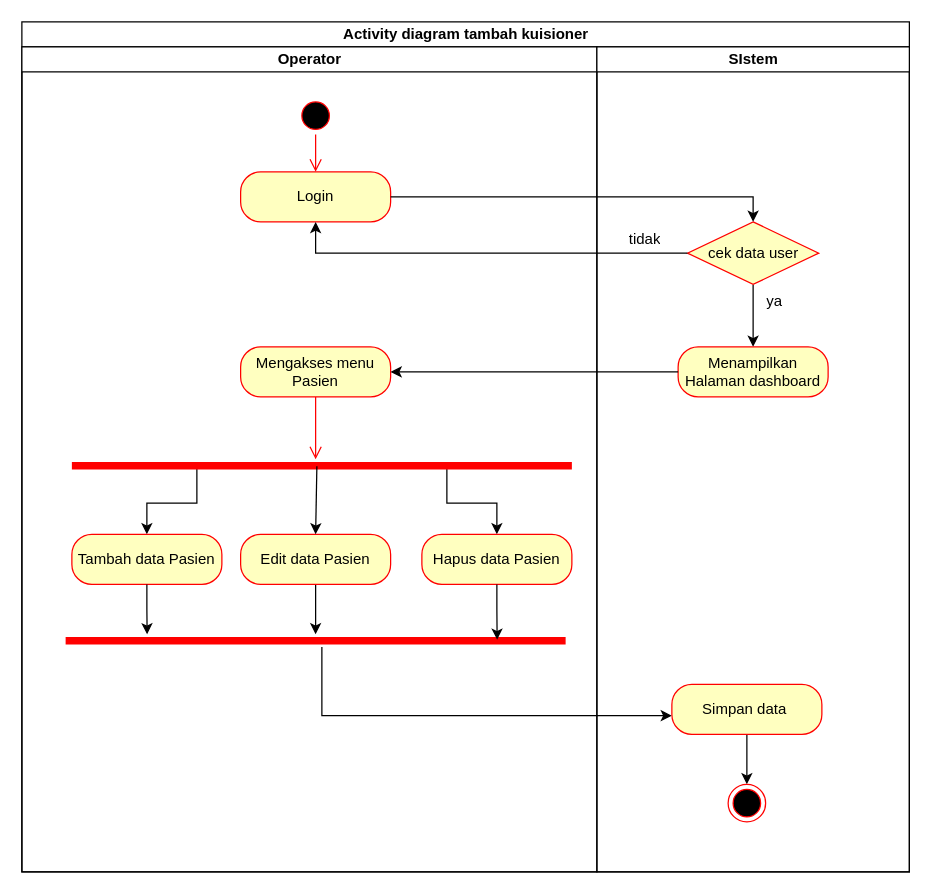
This is Activity_diagram_kelola_data_pasien.drawio from zzarr/Tugas-Akhir, a draw.io file, before an edit. Source tidied: cells renumbered, new cells numbered last; positions are measured from the earlier drawing's top-left corner, leaving out a move shared by most shapes. Both pictures are drawn from the tidied source at 125%, with x=0, y=0 at pixel (21, 21).
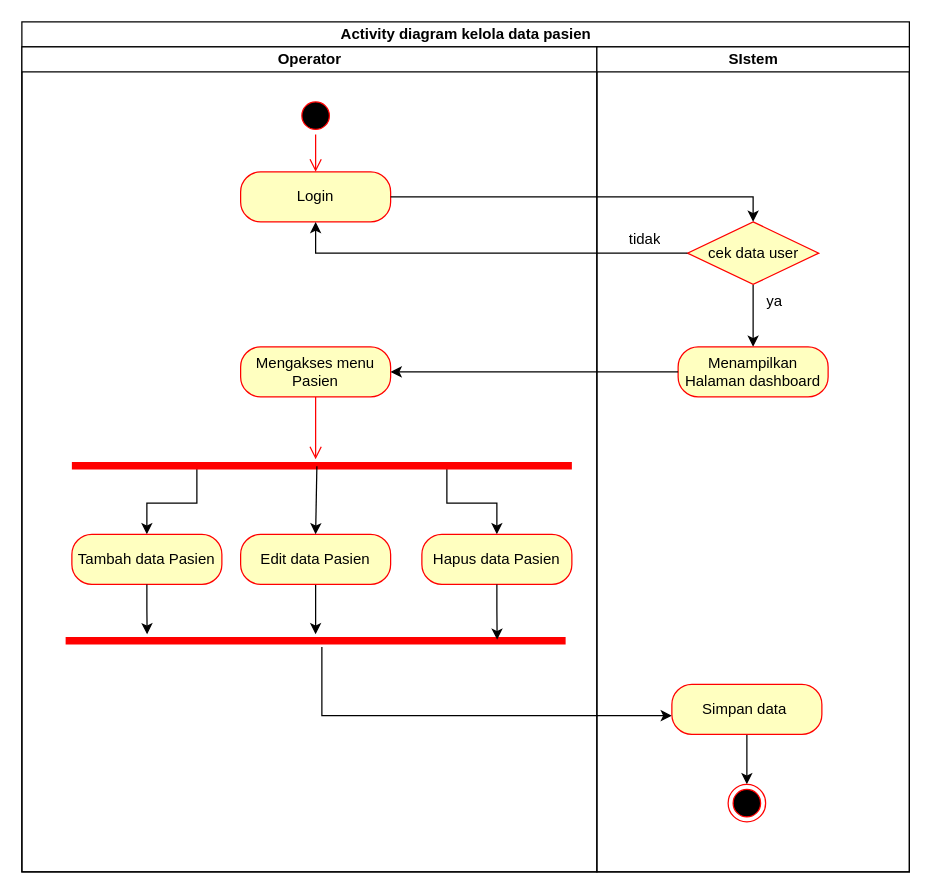
The same page after the edit.

What changed in the source:
```diff
@@
-    <mxCell id="2" value="Activity diagram tambah kuisioner" style="swimlane;startSize=20;html=1;" parent="1" vertex="1">
+    <mxCell id="2" value="Activity diagram kelola data pasien" style="swimlane;startSize=20;html=1;" parent="1" vertex="1">
       <mxGeometry width="710" height="680" as="geometry" />
     </mxCell>
```
